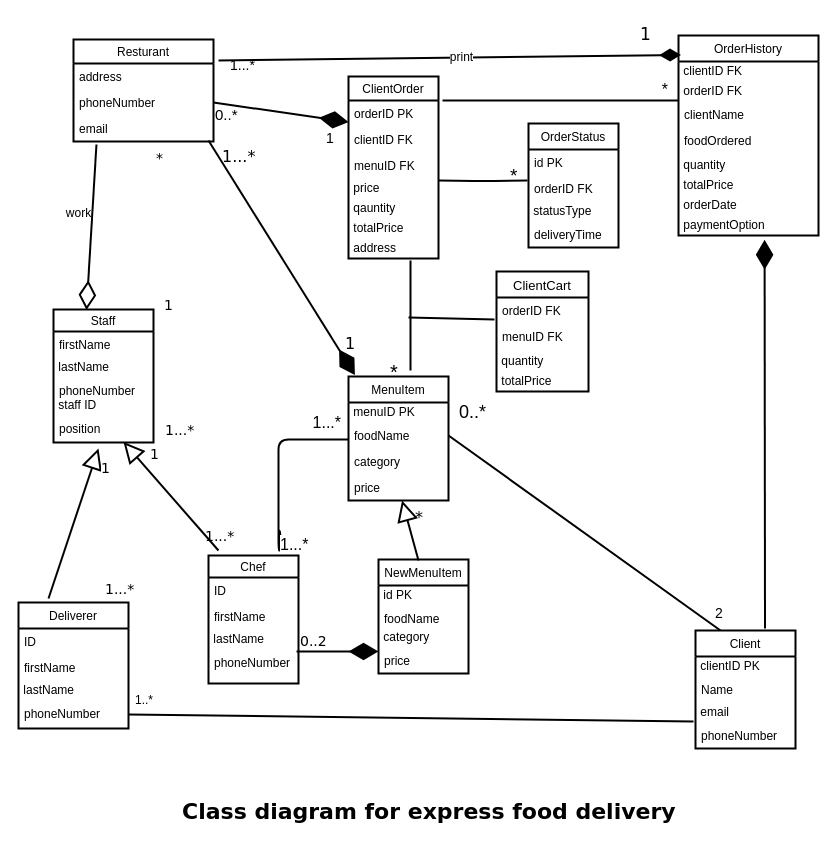
Earlier version of the draw.io diagram Class Diagram For Express food delivery resturant.drawio (wallaceNdi/OC-PRO). Source tidied: cells renumbered, new cells numbered last; positions are measured from the earlier drawing's top-left corner, leaving out a move shared by most shapes. Both pictures are drawn from the tidied source at 100%, with x=0, y=0 at pixel (18, 17).
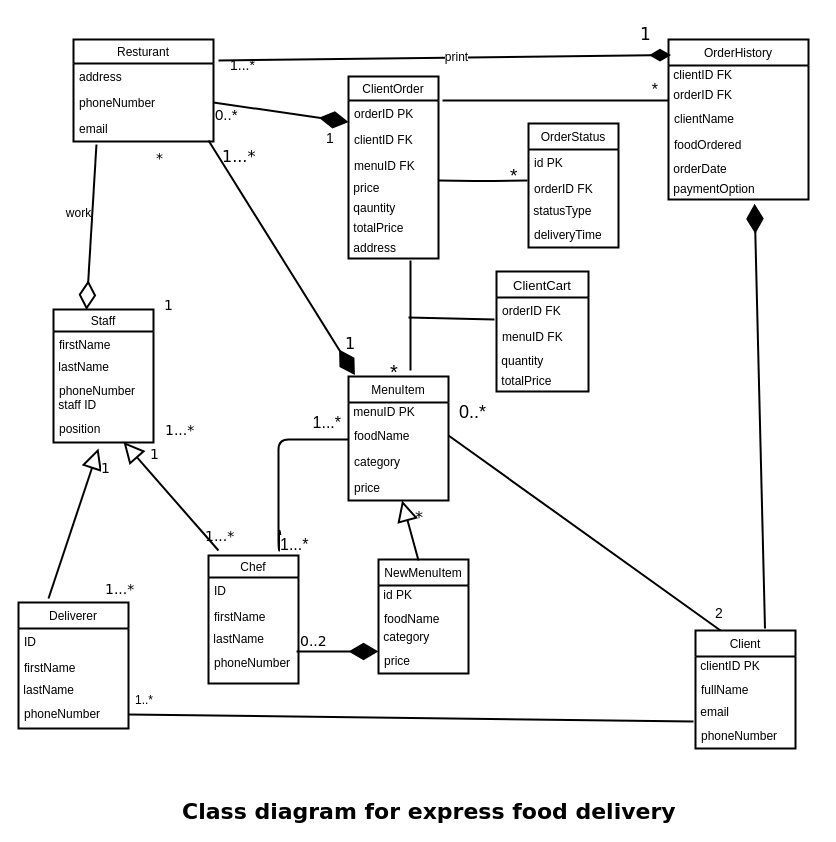
The same page after the edit.

The change refers to these unchanged cells:
```xml
<mxCell id="27" value="Client" style="swimlane;fontStyle=0;horizontal=1;startSize=26;fillColor=none;strokeWidth=2;" parent="1" vertex="1">
  <mxGeometry x="677" y="613" width="100" height="118" as="geometry" />
</mxCell>
```

Change to the diagram source:
```diff
@@
-    <mxCell id="29" value="Name" style="text;strokeColor=none;fillColor=none;align=left;verticalAlign=top;spacingLeft=4;spacingRight=4;overflow=hidden;" parent="27" vertex="1">
+    <mxCell id="29" value="fullName" style="text;strokeColor=none;fillColor=none;align=left;verticalAlign=top;spacingLeft=4;spacingRight=4;overflow=hidden;" parent="27" vertex="1">
       <mxGeometry y="46" width="100" height="26" as="geometry" />
     </mxCell>
@@
     <mxCell id="37" value="OrderHistory" style="swimlane;fontStyle=0;horizontal=1;startSize=26;fillColor=none;strokeWidth=2;" parent="1" vertex="1">
-      <mxGeometry x="660" y="18" width="140" height="200" as="geometry" />
+      <mxGeometry x="650" y="22" width="140" height="160" as="geometry" />
     </mxCell>
@@
-    <mxCell id="42" value="&amp;nbsp;quantity" style="text;html=1;align=left;verticalAlign=top;spacingTop=-4;" parent="37" vertex="1">
-      <mxGeometry y="120" width="140" height="20" as="geometry" />
-    </mxCell>
-    <mxCell id="43" value="&amp;nbsp;totalPrice" style="text;html=1;align=left;verticalAlign=top;spacingTop=-4;" parent="37" vertex="1">
-      <mxGeometry y="140" width="140" height="20" as="geometry" />
-    </mxCell>
     <mxCell id="44" value="&amp;nbsp;orderDate" style="text;html=1;align=left;verticalAlign=top;spacingTop=-4;" parent="37" vertex="1">
-      <mxGeometry y="160" width="140" height="20" as="geometry" />
+      <mxGeometry y="120" width="140" height="20" as="geometry" />
     </mxCell>
     <mxCell id="45" value="&amp;nbsp;paymentOption" style="text;html=1;points=[];align=left;verticalAlign=top;spacingTop=-4;" parent="37" vertex="1">
-      <mxGeometry y="180" width="140" height="20" as="geometry" />
+      <mxGeometry y="140" width="140" height="20" as="geometry" />
     </mxCell>
@@
     <mxCell id="104" style="endArrow=none;html=1;edgeStyle=orthogonalEdgeStyle;strokeWidth=2;" parent="1" edge="1">
       <mxGeometry relative="1" as="geometry">
         <mxPoint x="424" y="83" as="sourcePoint" />
-        <mxPoint x="660" y="83" as="targetPoint" />
+        <mxPoint x="650" y="83" as="targetPoint" />
       </mxGeometry>
     </mxCell>
```
